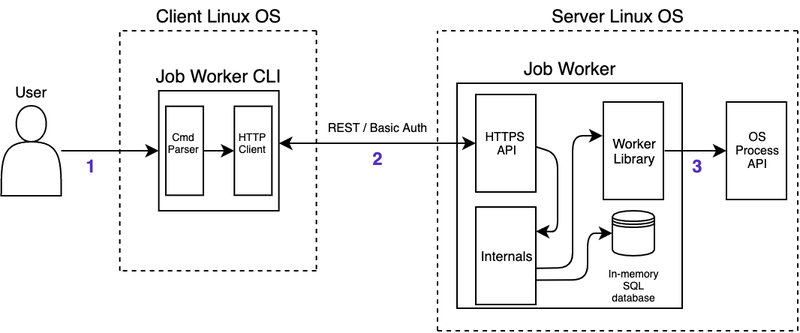
Before: assets/images/architecture.png, a diagram exported from draw.io (lucasbfernandes/job-worker). Source tidied: cells renumbered, new cells last; positions are measured from the earlier drawing's top-left corner, leaving out a move shared by most shapes.
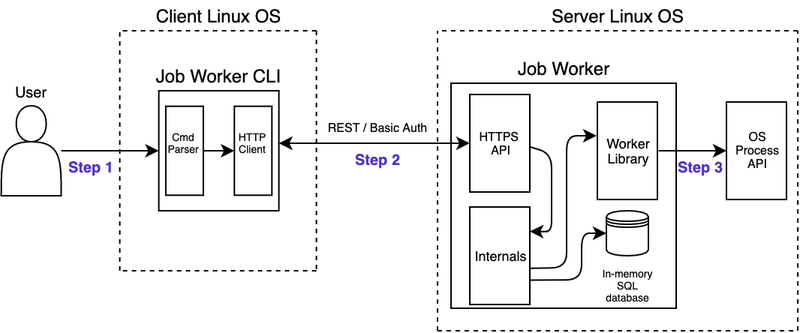
The same file after the commit.

Commit message:
Refactoring text

The edit, as a diff of the source:
```diff
@@ -42,10 +42,10 @@
       <mxGeometry x="361" width="100" height="20" as="geometry" />
     </mxCell>
     <mxCell id="11" style="whiteSpace=wrap;html=1;fillColor=none;" parent="1" vertex="1">
-      <mxGeometry x="304" y="55" width="150" height="150" as="geometry" />
+      <mxGeometry x="300" y="55" width="150" height="150" as="geometry" />
     </mxCell>
     <mxCell id="12" value="Job Worker" style="text;html=1;align=center;verticalAlign=middle;strokeColor=none;" parent="1" vertex="1">
-      <mxGeometry x="339" y="35" width="80" height="20" as="geometry" />
+      <mxGeometry x="335" y="35" width="80" height="20" as="geometry" />
     </mxCell>
     <mxCell id="13" value="REST / Basic Auth" style="text;html=1;align=center;verticalAlign=middle;strokeColor=none;fontSize=8;" parent="1" vertex="1">
       <mxGeometry x="211" y="75" width="80" height="20" as="geometry" />
@@ -54,7 +54,7 @@
       <mxGeometry x="0.3" y="50" width="40" height="20" as="geometry" />
     </mxCell>
     <mxCell id="15" style="rounded=0;whiteSpace=wrap;html=1;fontSize=10;rotation=-90;direction=east;fillColor=none;" parent="1" vertex="1">
-      <mxGeometry x="304" y="75" width="65" height="40" as="geometry" />
+      <mxGeometry x="300" y="75" width="65" height="40" as="geometry" />
     </mxCell>
     <mxCell id="16" style="edgeStyle=orthogonalEdgeStyle;rounded=0;jettySize=auto;html=1;entryX=0.5;entryY=0;entryDx=0;entryDy=0;startArrow=classic;startFill=1;" parent="1" edge="1" source="4" target="15">
       <mxGeometry relative="1" as="geometry">
@@ -65,13 +65,13 @@
       </mxGeometry>
     </mxCell>
     <mxCell id="17" value="HTTPS &lt;br&gt;API" style="text;html=1;align=center;verticalAlign=middle;points=[];strokeColor=none;fontSize=8;" parent="1" vertex="1">
-      <mxGeometry x="316.5" y="80" width="40" height="30" as="geometry" />
+      <mxGeometry x="312.5" y="80" width="40" height="30" as="geometry" />
     </mxCell>
     <mxCell id="18" style="rounded=0;whiteSpace=wrap;html=1;fontSize=10;rotation=-90;direction=east;fillColor=none;" parent="1" vertex="1">
-      <mxGeometry x="389" y="80" width="65" height="40" as="geometry" />
+      <mxGeometry x="385" y="80" width="65" height="40" as="geometry" />
     </mxCell>
     <mxCell id="19" value="&lt;font style=&quot;font-size: 9px&quot;&gt;Worker&lt;br&gt;Library&lt;/font&gt;" style="text;html=1;align=center;verticalAlign=middle;points=[];strokeColor=none;fontSize=8;" parent="1" vertex="1">
-      <mxGeometry x="401.5" y="85" width="40" height="30" as="geometry" />
+      <mxGeometry x="397.5" y="85" width="40" height="30" as="geometry" />
     </mxCell>
     <mxCell id="20" style="endArrow=classic;html=1;fontSize=8;exitX=1.021;exitY=0.5;exitDx=0;exitDy=0;exitPerimeter=0;" parent="1" edge="1" source="19" target="22">
       <mxGeometry relative="1" as="geometry" />
@@ -82,11 +82,11 @@
     <mxCell id="22" value="&lt;font&gt;&lt;font style=&quot;font-size: 8px&quot;&gt;OS&lt;/font&gt;&lt;br&gt;&lt;/font&gt;Process&lt;br&gt;API" style="text;html=1;align=center;verticalAlign=middle;points=[];strokeColor=none;fontSize=8;" parent="1" vertex="1">
       <mxGeometry x="483.5" y="80" width="40" height="40" as="geometry" />
     </mxCell>
-    <mxCell id="23" value="1" style="text;html=1;align=center;verticalAlign=middle;strokeColor=none;fontSize=12;fontStyle=1;fontColor=#512FC9;" parent="1" vertex="1">
-      <mxGeometry x="50.3" y="100" width="20" height="20" as="geometry" />
+    <mxCell id="23" value="Step 1" style="text;html=1;align=center;verticalAlign=middle;strokeColor=none;fontSize=10;fontStyle=1;fontColor=#512FC9;" parent="1" vertex="1">
+      <mxGeometry x="35.3" y="100" width="50" height="20" as="geometry" />
     </mxCell>
-    <mxCell id="24" value="2" style="text;html=1;align=center;verticalAlign=middle;strokeColor=none;fontSize=12;fontColor=#512fc9;fontStyle=1;" parent="1" vertex="1">
-      <mxGeometry x="241" y="95" width="20" height="20" as="geometry" />
+    <mxCell id="24" value="Step 2" style="text;html=1;align=center;verticalAlign=middle;strokeColor=none;fontSize=10;fontColor=#512fc9;fontStyle=1;" parent="1" vertex="1">
+      <mxGeometry x="226" y="95" width="50" height="20" as="geometry" />
     </mxCell>
     <mxCell id="25" style="endArrow=none;dashed=1;html=1;" parent="1" edge="1">
       <mxGeometry relative="1" as="geometry">
@@ -116,44 +116,44 @@
       <mxGeometry x="95.3" width="100" height="20" as="geometry" />
     </mxCell>
     <mxCell id="30" style="shape=datastore;whiteSpace=wrap;html=1;labelBackgroundColor=none;fontSize=8;fontColor=#512FC9;fillColor=none;" parent="1" vertex="1">
-      <mxGeometry x="407.5" y="140" width="28" height="30" as="geometry" />
+      <mxGeometry x="403.5" y="140" width="28" height="30" as="geometry" />
     </mxCell>
     <mxCell id="31" value="In-memory SQL database" style="text;html=1;strokeColor=none;fillColor=none;align=center;verticalAlign=middle;whiteSpace=wrap;rounded=0;labelBackgroundColor=none;fontSize=7;" parent="1" vertex="1">
-      <mxGeometry x="401.5" y="180" width="40" height="20" as="geometry" />
+      <mxGeometry x="397.5" y="180" width="40" height="20" as="geometry" />
     </mxCell>
     <mxCell id="32" style="rounded=0;whiteSpace=wrap;html=1;fontSize=10;rotation=-90;direction=east;fillColor=none;" parent="1" vertex="1">
-      <mxGeometry x="304" y="150" width="65" height="40" as="geometry" />
+      <mxGeometry x="300" y="150" width="65" height="40" as="geometry" />
     </mxCell>
     <mxCell id="33" value="&lt;font style=&quot;font-size: 9px;&quot;&gt;Internals&lt;br style=&quot;font-size: 9px;&quot;&gt;&lt;/font&gt;" style="text;html=1;align=center;verticalAlign=middle;strokeColor=none;fontSize=9;" parent="1" vertex="1">
-      <mxGeometry x="311.5" y="160" width="50" height="20" as="geometry" />
+      <mxGeometry x="307.5" y="160" width="50" height="20" as="geometry" />
     </mxCell>
     <mxCell id="34" style="endArrow=classic;html=1;fontSize=9;fontColor=#000000;strokeColor=#000000;entryX=0.75;entryY=1;entryDx=0;entryDy=0;exitX=0.994;exitY=0.576;exitDx=0;exitDy=0;exitPerimeter=0;" parent="1" edge="1" source="17" target="32">
       <mxGeometry relative="1" as="geometry">
         <Array as="points">
-          <mxPoint x="371" y="102" />
-          <mxPoint x="371" y="130" />
-          <mxPoint x="371" y="154" />
+          <mxPoint x="367" y="102" />
+          <mxPoint x="367" y="130" />
+          <mxPoint x="367" y="154" />
         </Array>
       </mxGeometry>
     </mxCell>
     <mxCell id="35" style="endArrow=classic;html=1;fontSize=9;fontColor=#000000;strokeColor=#000000;entryX=-0.013;entryY=0.167;entryDx=0;entryDy=0;entryPerimeter=0;exitX=0.372;exitY=0.996;exitDx=0;exitDy=0;exitPerimeter=0;" parent="1" edge="1" source="32" target="19">
       <mxGeometry relative="1" as="geometry">
         <Array as="points">
-          <mxPoint x="381" y="178" />
-          <mxPoint x="381" y="90" />
+          <mxPoint x="377" y="178" />
+          <mxPoint x="377" y="90" />
         </Array>
       </mxGeometry>
     </mxCell>
     <mxCell id="36" style="endArrow=classic;html=1;fontSize=9;fontColor=#000000;strokeColor=#000000;entryX=0;entryY=0.5;entryDx=0;entryDy=0;exitX=0.25;exitY=1;exitDx=0;exitDy=0;" parent="1" edge="1" source="32" target="30">
       <mxGeometry relative="1" as="geometry">
         <Array as="points">
-          <mxPoint x="391" y="186" />
-          <mxPoint x="391" y="155" />
+          <mxPoint x="387" y="186" />
+          <mxPoint x="387" y="155" />
         </Array>
       </mxGeometry>
     </mxCell>
-    <mxCell id="37" value="3" style="text;html=1;align=center;verticalAlign=middle;strokeColor=none;fontSize=12;fontColor=#512fc9;fontStyle=1;" parent="1" vertex="1">
-      <mxGeometry x="454" y="100" width="20" height="20" as="geometry" />
+    <mxCell id="37" value="&lt;font style=&quot;font-size: 10px;&quot;&gt;Step 3&lt;/font&gt;" style="text;html=1;align=center;verticalAlign=middle;strokeColor=none;fontSize=10;fontColor=#512fc9;fontStyle=1;" parent="1" vertex="1">
+      <mxGeometry x="440.5" y="100" width="50" height="20" as="geometry" />
     </mxCell>
     <mxCell id="38" style="rounded=0;whiteSpace=wrap;html=1;fontSize=10;rotation=-90;direction=east;fillColor=none;" parent="1" vertex="1">
       <mxGeometry x="92.8" y="87.5" width="59.3" height="25" as="geometry" />
```
